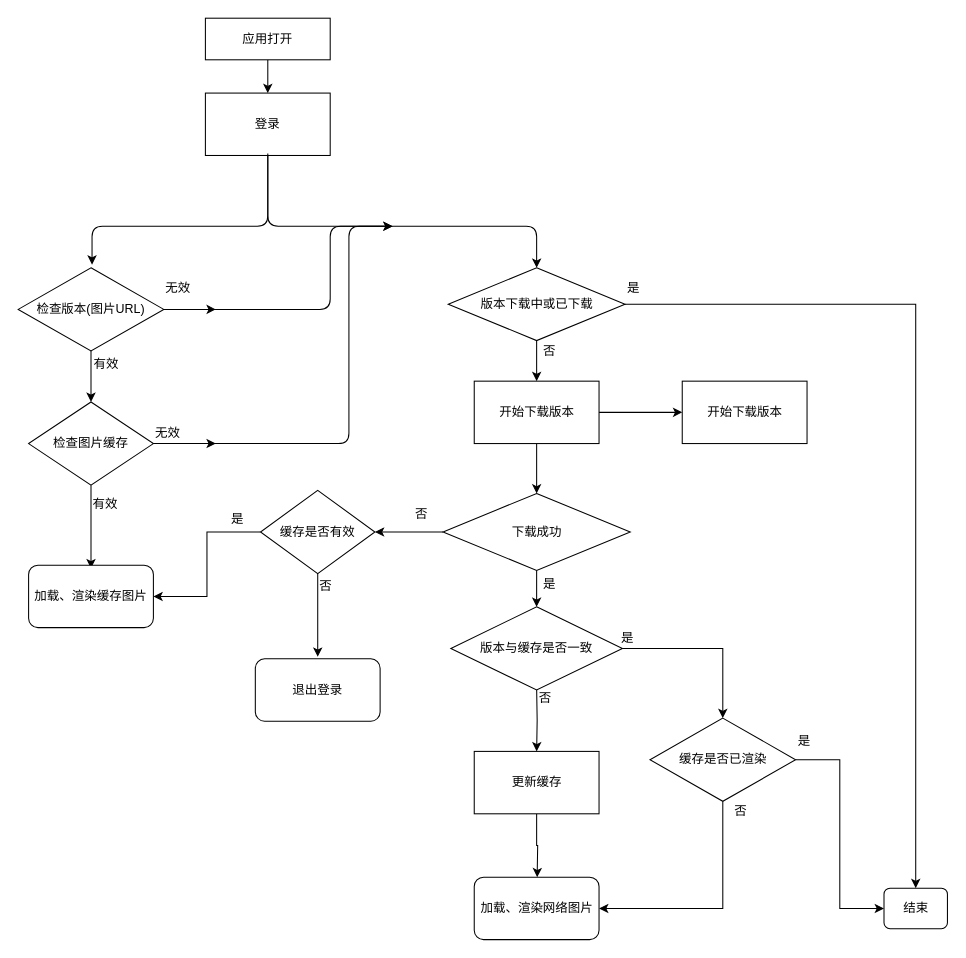
Earlier version of the draw.io diagram Untitled Diagram.drawio (666luyong/Diagram). Source tidied: cells renumbered, new cells numbered last; positions are measured from the earlier drawing's top-left corner, leaving out a move shared by most shapes. Both pictures are drawn from the tidied source at 104%, with x=0, y=0 at pixel (18, 18).
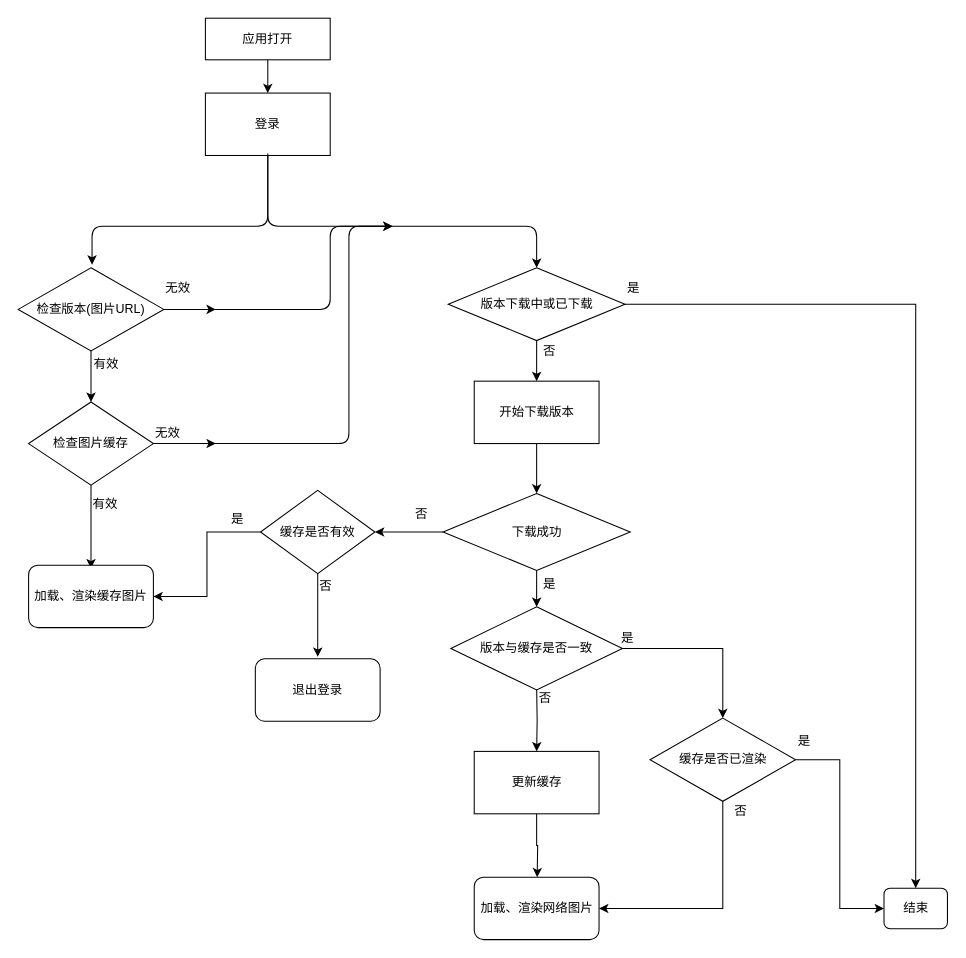
The same diagram, later.

Unchanged cells that the change refers to:
```xml
<mxCell id="36" value="开始下载版本" style="rounded=0;whiteSpace=wrap;html=1;" parent="1" vertex="1">
  <mxGeometry x="438.5" y="349" width="120" height="60" as="geometry" />
</mxCell>
```

What changed in the source:
```diff
@@
-    <mxCell id="35" style="edgeStyle=orthogonalEdgeStyle;rounded=0;jettySize=auto;html=1;" parent="1" edge="1" source="36" target="37">
-      <mxGeometry relative="1" as="geometry" />
-    </mxCell>
@@
-    <mxCell id="37" value="开始下载版本" style="rounded=0;whiteSpace=wrap;html=1;" parent="1" vertex="1">
-      <mxGeometry x="638.5" y="349" width="120" height="60" as="geometry" />
-    </mxCell>
```
